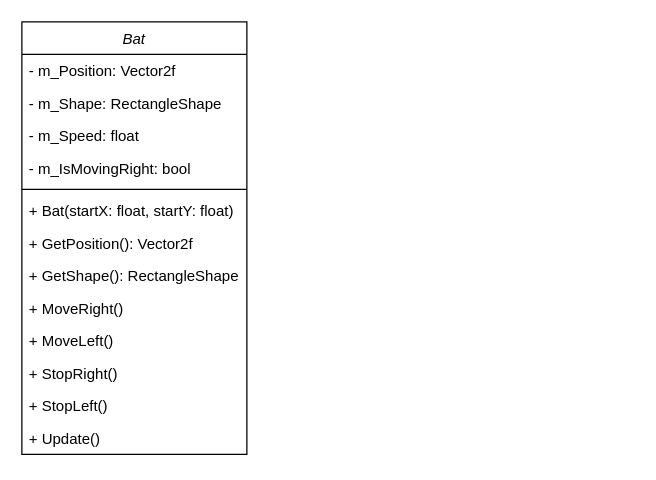
Before: PongSFML/res/uml/UML Pong.drawio in AdrianRojasGomez/PongSFML, a draw.io diagram. Source tidied: cells renumbered, new cells numbered last; positions are measured from the earlier drawing's top-left corner, leaving out a move shared by most shapes. Both pictures are drawn from the tidied source at 125%, with x=0, y=0 at pixel (21, 21).
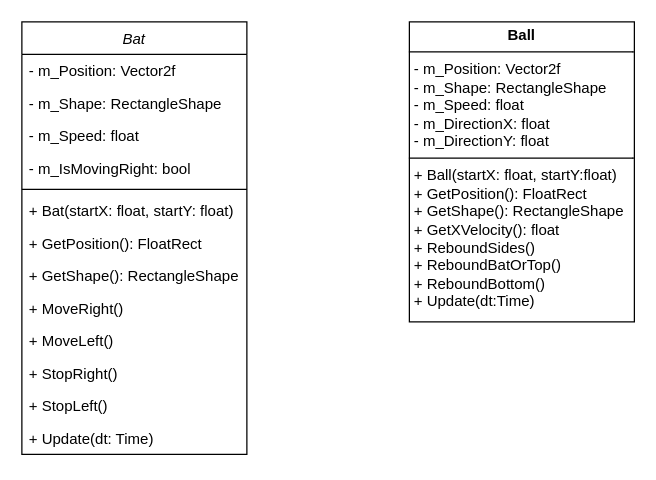
The same page after the edit.

Commit message (it also covers changes not shown here):
Create Ball Class

The edit, as a diff of the source:
```diff
@@
 <mxGraphModel>
   <root>
     <mxCell id="0" />
     <mxCell id="1" parent="0" />
     <mxCell id="2" value="Bat" style="swimlane;fontStyle=2;align=center;verticalAlign=top;horizontal=1;startSize=26;rounded=0;shadow=0;strokeWidth=1;" parent="1" vertex="1">
       <mxGeometry width="180" height="346" as="geometry" />
     </mxCell>
     <mxCell id="3" value="- m_Position: Vector2f" style="text;align=left;verticalAlign=top;spacingLeft=4;spacingRight=4;overflow=hidden;rounded=0;shadow=0;html=0;" parent="2" vertex="1">
       <mxGeometry y="26" width="180" height="26" as="geometry" />
     </mxCell>
     <mxCell id="4" value="- m_Shape: RectangleShape" style="text;align=left;verticalAlign=top;spacingLeft=4;spacingRight=4;overflow=hidden;rounded=0;shadow=0;html=0;" parent="2" vertex="1">
       <mxGeometry y="52" width="180" height="26" as="geometry" />
     </mxCell>
     <mxCell id="5" value="- m_Speed: float" style="text;align=left;verticalAlign=top;spacingLeft=4;spacingRight=4;overflow=hidden;rounded=0;shadow=0;html=0;" parent="2" vertex="1">
       <mxGeometry y="78" width="180" height="26" as="geometry" />
     </mxCell>
     <mxCell id="6" value="- m_IsMovingRight: bool" style="text;align=left;verticalAlign=top;spacingLeft=4;spacingRight=4;overflow=hidden;rounded=0;shadow=0;html=0;" parent="2" vertex="1">
       <mxGeometry y="104" width="180" height="26" as="geometry" />
     </mxCell>
     <mxCell id="7" style="line;html=1;strokeWidth=1;align=left;verticalAlign=middle;spacingTop=-1;spacingLeft=3;spacingRight=3;labelPosition=right;" parent="2" vertex="1">
       <mxGeometry y="130" width="180" height="8" as="geometry" />
     </mxCell>
     <mxCell id="8" value="+ Bat(startX: float, startY: float)" style="text;align=left;verticalAlign=top;spacingLeft=4;spacingRight=4;overflow=hidden;" parent="2" vertex="1">
       <mxGeometry y="138" width="180" height="26" as="geometry" />
     </mxCell>
-    <mxCell id="9" value="+ GetPosition(): Vector2f" style="text;align=left;verticalAlign=top;spacingLeft=4;spacingRight=4;overflow=hidden;" parent="2" vertex="1">
+    <mxCell id="9" value="+ GetPosition(): FloatRect" style="text;align=left;verticalAlign=top;spacingLeft=4;spacingRight=4;overflow=hidden;" parent="2" vertex="1">
       <mxGeometry y="164" width="180" height="26" as="geometry" />
     </mxCell>
     <mxCell id="10" value="+ GetShape(): RectangleShape" style="text;align=left;verticalAlign=top;spacingLeft=4;spacingRight=4;overflow=hidden;rounded=0;shadow=0;html=0;" parent="2" vertex="1">
       <mxGeometry y="190" width="180" height="26" as="geometry" />
     </mxCell>
     <mxCell id="11" value="+ MoveRight()" style="text;align=left;verticalAlign=top;spacingLeft=4;spacingRight=4;overflow=hidden;rounded=0;shadow=0;html=0;" parent="2" vertex="1">
       <mxGeometry y="216" width="180" height="26" as="geometry" />
     </mxCell>
     <mxCell id="12" value="+ MoveLeft()" style="text;align=left;verticalAlign=top;spacingLeft=4;spacingRight=4;overflow=hidden;rounded=0;shadow=0;html=0;" parent="2" vertex="1">
       <mxGeometry y="242" width="180" height="26" as="geometry" />
     </mxCell>
     <mxCell id="13" value="+ StopRight()" style="text;align=left;verticalAlign=top;spacingLeft=4;spacingRight=4;overflow=hidden;rounded=0;shadow=0;html=0;" parent="2" vertex="1">
       <mxGeometry y="268" width="180" height="26" as="geometry" />
     </mxCell>
     <mxCell id="14" value="+ StopLeft()" style="text;align=left;verticalAlign=top;spacingLeft=4;spacingRight=4;overflow=hidden;rounded=0;shadow=0;html=0;" parent="2" vertex="1">
       <mxGeometry y="294" width="180" height="26" as="geometry" />
     </mxCell>
-    <mxCell id="15" value="+ Update()" style="text;align=left;verticalAlign=top;spacingLeft=4;spacingRight=4;overflow=hidden;rounded=0;shadow=0;html=0;" parent="2" vertex="1">
+    <mxCell id="15" value="+ Update(dt: Time)" style="text;align=left;verticalAlign=top;spacingLeft=4;spacingRight=4;overflow=hidden;rounded=0;shadow=0;html=0;" parent="2" vertex="1">
       <mxGeometry y="320" width="180" height="26" as="geometry" />
     </mxCell>
+    <mxCell id="16" value="&lt;p style=&quot;margin:0px;margin-top:4px;text-align:center;&quot;&gt;&lt;b&gt;Ball&lt;/b&gt;&lt;/p&gt;&lt;hr size=&quot;1&quot; style=&quot;border-style:solid;&quot;&gt;&lt;p style=&quot;margin:0px;margin-left:4px;&quot;&gt;- m_Position: Vector2f&lt;/p&gt;&lt;p style=&quot;margin:0px;margin-left:4px;&quot;&gt;- m_Shape: RectangleShape&lt;/p&gt;&lt;p style=&quot;margin:0px;margin-left:4px;&quot;&gt;- m_Speed: float&lt;/p&gt;&lt;p style=&quot;margin:0px;margin-left:4px;&quot;&gt;- m_DirectionX: float&lt;/p&gt;&lt;p style=&quot;margin:0px;margin-left:4px;&quot;&gt;- m_DirectionY: float&lt;/p&gt;&lt;hr size=&quot;1&quot; style=&quot;border-style:solid;&quot;&gt;&lt;p style=&quot;margin:0px;margin-left:4px;&quot;&gt;+ Ball(startX: float, startY:float)&lt;/p&gt;&lt;p style=&quot;margin:0px;margin-left:4px;&quot;&gt;+ GetPosition(): FloatRect&lt;/p&gt;&lt;p style=&quot;margin:0px;margin-left:4px;&quot;&gt;+ GetShape(): RectangleShape&lt;/p&gt;&lt;p style=&quot;margin:0px;margin-left:4px;&quot;&gt;+ GetXVelocity(): float&lt;/p&gt;&lt;p style=&quot;margin:0px;margin-left:4px;&quot;&gt;+ ReboundSides()&lt;/p&gt;&lt;p style=&quot;margin:0px;margin-left:4px;&quot;&gt;+ ReboundBatOrTop()&lt;/p&gt;&lt;p style=&quot;margin:0px;margin-left:4px;&quot;&gt;+ ReboundBottom()&lt;/p&gt;&lt;p style=&quot;margin:0px;margin-left:4px;&quot;&gt;+ Update(dt:Time)&lt;/p&gt;" style="verticalAlign=top;align=left;overflow=fill;html=1;whiteSpace=wrap;spacingTop=0;" parent="1" vertex="1">
+      <mxGeometry x="310" width="180" height="240" as="geometry" />
+    </mxCell>
   </root>
 </mxGraphModel>
```
